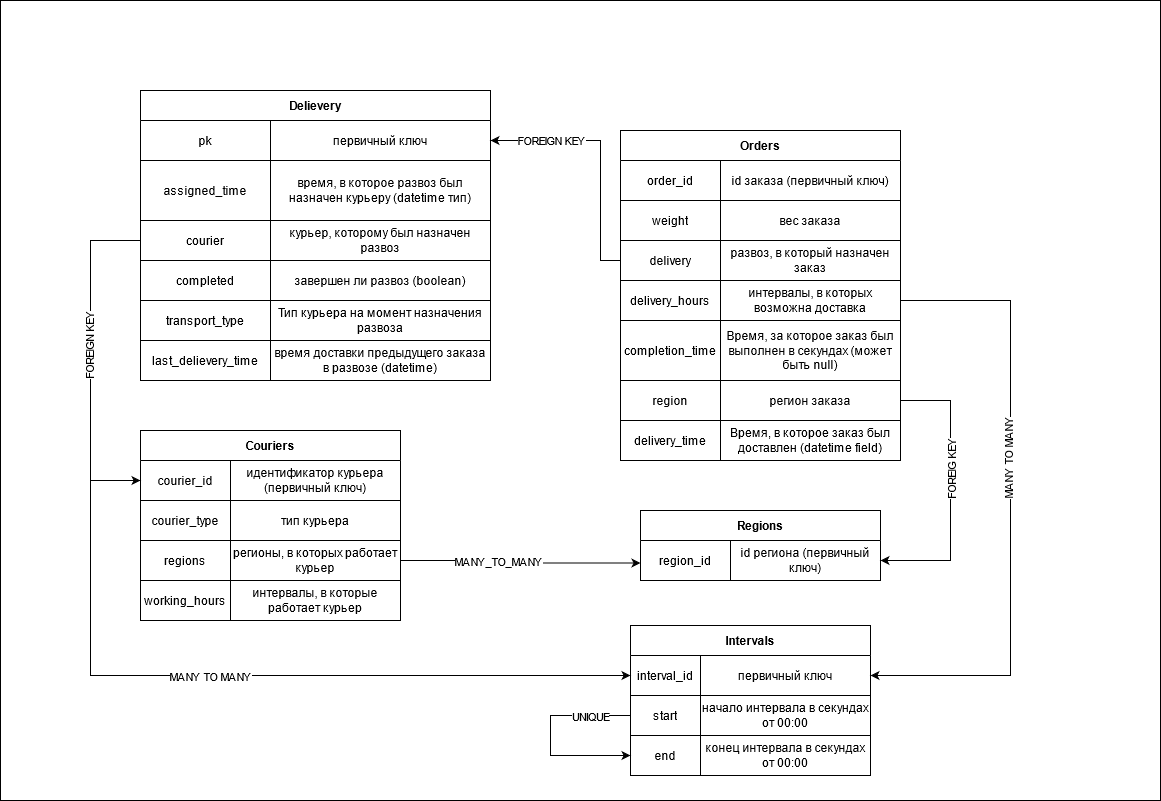
Earlier version of the draw.io export candyapi_db_schema.png (IntAlgambra/candyapi). Source tidied: cells renumbered, new cells last; positions are measured from the earlier drawing's top-left corner, leaving out a move shared by most shapes.
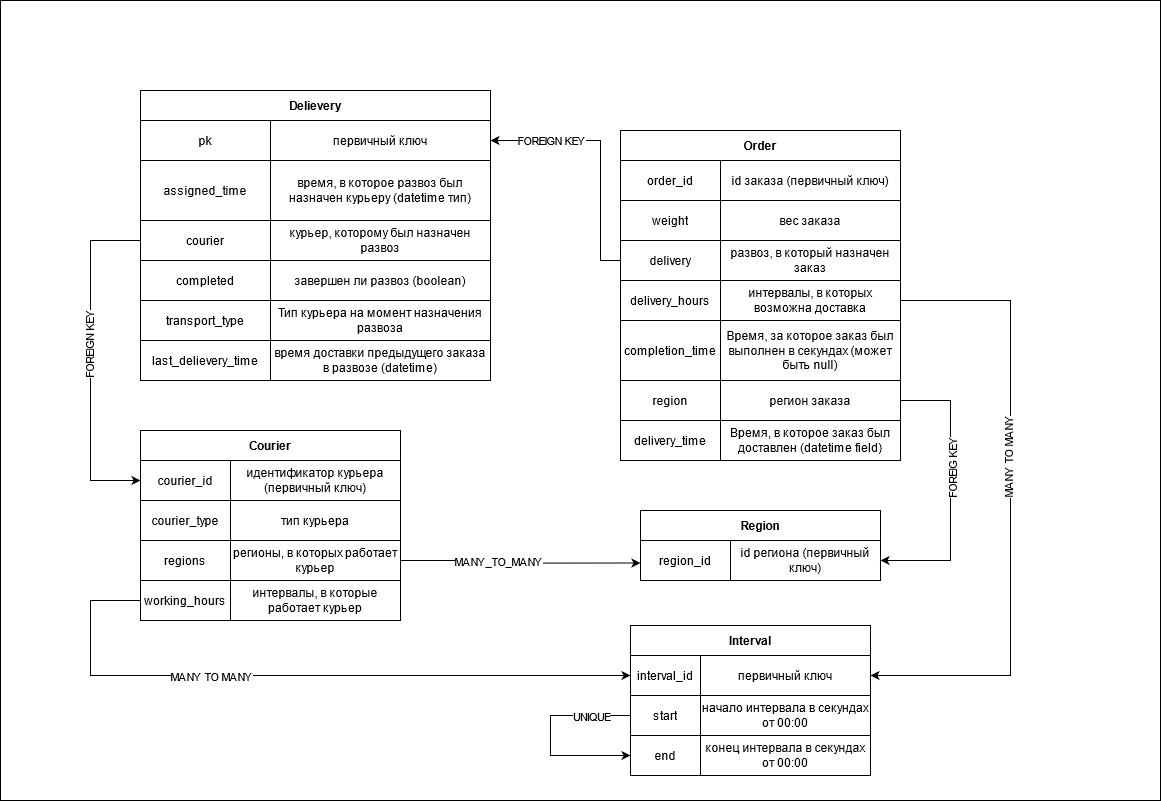
Above is the later version.

What changed in the source:
```diff
@@ -5,7 +5,7 @@
     <mxCell id="2" style="rounded=0;whiteSpace=wrap;html=1;" parent="1" vertex="1">
       <mxGeometry width="1160" height="800" as="geometry" />
     </mxCell>
-    <mxCell id="3" value="Couriers" style="shape=table;html=1;whiteSpace=wrap;startSize=30;fontStyle=1;align=center;" parent="1" vertex="1">
+    <mxCell id="3" value="Courier" style="shape=table;html=1;whiteSpace=wrap;startSize=30;fontStyle=1;align=center;" parent="1" vertex="1">
       <mxGeometry x="140" y="430" width="260" height="190" as="geometry" />
     </mxCell>
     <mxCell id="4" style="shape=partialRectangle;html=1;whiteSpace=wrap;fillColor=none;top=0;left=0;bottom=0;right=0;points=[[0,0.5],[1,0.5]];portConstraint=eastwest;" parent="3" vertex="1">
@@ -44,7 +44,7 @@
     <mxCell id="15" value="интервалы, в которые работает курьер" style="shape=partialRectangle;html=1;whiteSpace=wrap;fillColor=none;top=0;left=0;bottom=0;right=0;overflow=hidden;" parent="13" vertex="1">
       <mxGeometry x="90" width="170" height="40" as="geometry" />
     </mxCell>
-    <mxCell id="16" value="Orders" style="shape=table;html=1;whiteSpace=wrap;startSize=30;fontStyle=1;align=center;" parent="1" vertex="1">
+    <mxCell id="16" value="Order" style="shape=table;html=1;whiteSpace=wrap;startSize=30;fontStyle=1;align=center;" parent="1" vertex="1">
       <mxGeometry x="620" y="130" width="280" height="330" as="geometry" />
     </mxCell>
     <mxCell id="17" style="shape=partialRectangle;html=1;whiteSpace=wrap;fillColor=none;top=0;left=0;bottom=0;right=0;" parent="16" vertex="1">
@@ -123,7 +123,7 @@
         <mxPoint x="-48" y="-38.6" as="offset" />
       </mxGeometry>
     </mxCell>
-    <mxCell id="40" value="Regions" style="shape=table;html=1;whiteSpace=wrap;startSize=30;fontStyle=1;align=center;" parent="1" vertex="1">
+    <mxCell id="40" value="Region" style="shape=table;html=1;whiteSpace=wrap;startSize=30;fontStyle=1;align=center;" parent="1" vertex="1">
       <mxGeometry x="640" y="510" width="240" height="70" as="geometry" />
     </mxCell>
     <mxCell id="41" style="shape=partialRectangle;html=1;whiteSpace=wrap;fillColor=none;top=0;left=0;bottom=0;right=0;points=[[0,0.5],[1,0.5]];portConstraint=eastwest;" parent="40" vertex="1">
@@ -135,7 +135,7 @@
     <mxCell id="43" value="id региона (первичный ключ)" style="shape=partialRectangle;html=1;whiteSpace=wrap;fillColor=none;top=0;left=0;bottom=0;right=0;overflow=hidden;" parent="41" vertex="1">
       <mxGeometry x="90" width="150" height="40" as="geometry" />
     </mxCell>
-    <mxCell id="44" value="Intervals" style="shape=table;html=1;whiteSpace=wrap;startSize=30;fontStyle=1;align=center;" parent="1" vertex="1">
+    <mxCell id="44" value="Interval" style="shape=table;html=1;whiteSpace=wrap;startSize=30;fontStyle=1;align=center;" parent="1" vertex="1">
       <mxGeometry x="630" y="625" width="240" height="150" as="geometry" />
     </mxCell>
     <mxCell id="45" style="shape=partialRectangle;html=1;whiteSpace=wrap;fillColor=none;top=0;left=0;bottom=0;right=0;points=[[0,0.5],[1,0.5]];portConstraint=eastwest;" parent="44" vertex="1">
@@ -285,7 +285,8 @@
     <mxCell id="83" style="edgeStyle=orthogonalEdgeStyle;rounded=0;jettySize=auto;html=1;exitX=0;exitY=0.5;exitDx=0;exitDy=0;entryX=0;entryY=0.5;entryDx=0;entryDy=0;" parent="1" edge="1" source="4" target="45">
       <mxGeometry relative="1" as="geometry">
         <Array as="points">
-          <mxPoint x="90" y="480" />
+          <mxPoint x="140" y="600" />
+          <mxPoint x="90" y="600" />
           <mxPoint x="90" y="675" />
         </Array>
       </mxGeometry>
```
